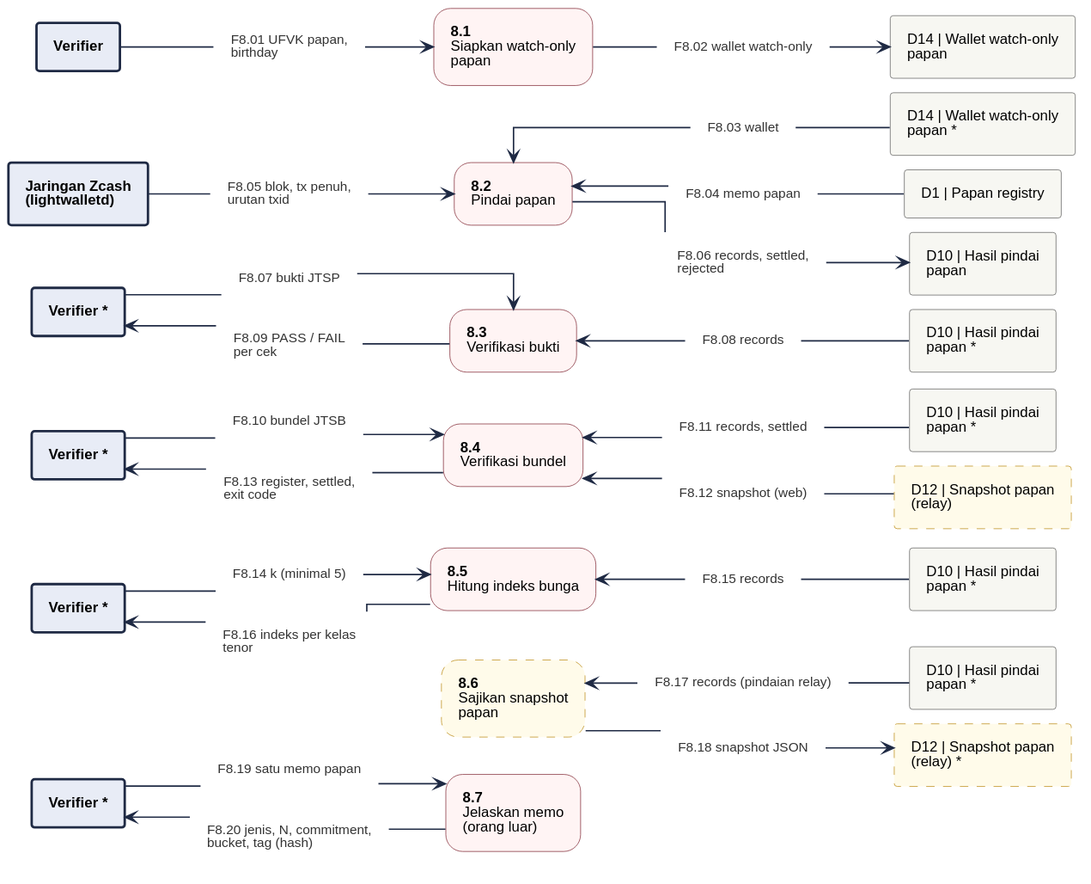
This is 08-FlowDiagrams/assets/dfd-2-8.svg from JitsuinFi/jitsuinfi-vault, a PlantUML export, as it was before one commit.
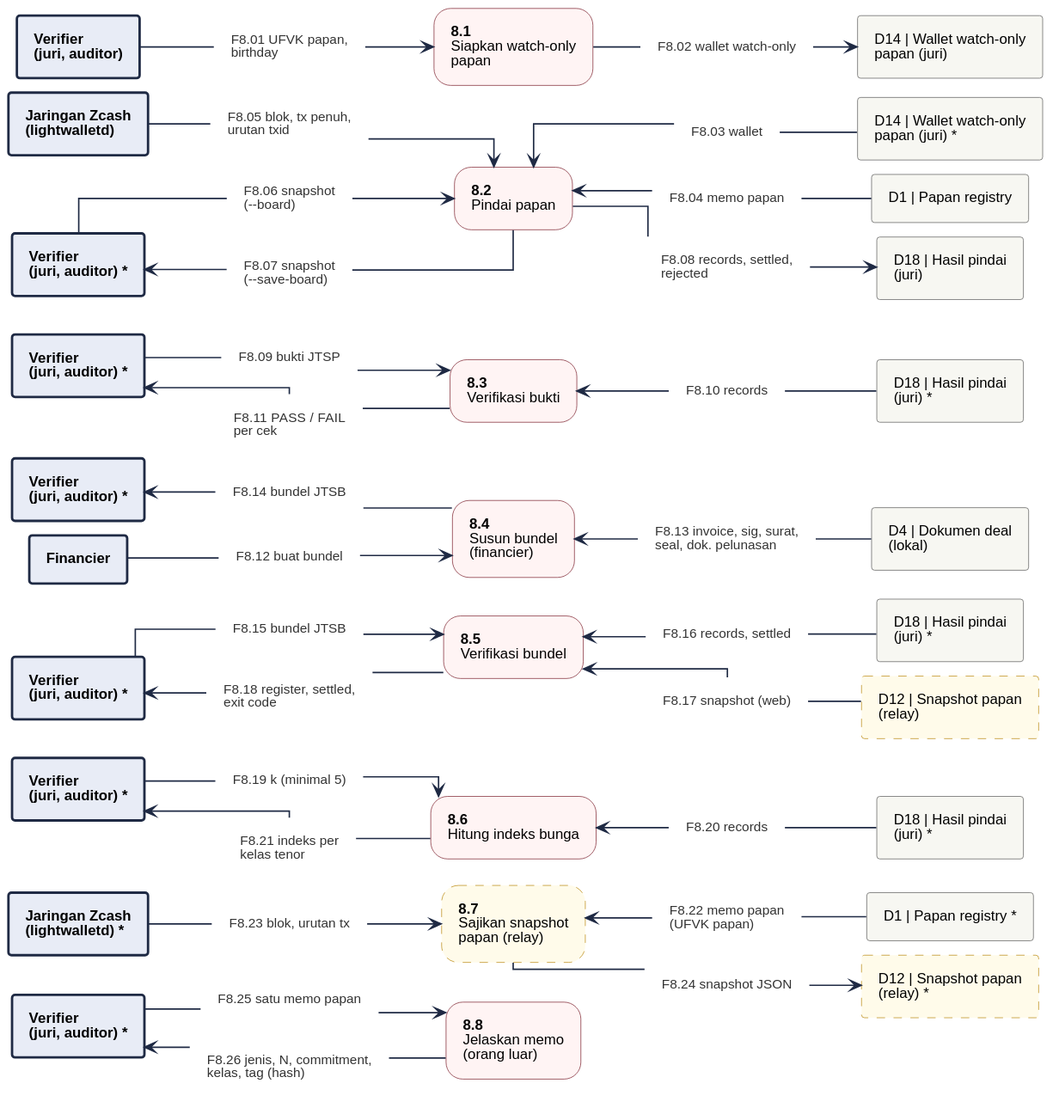
After the commit.

The edit, as a diff of the source:
```diff
@@ -3,26 +3,32 @@
 left to right direction
 skinparam nodesep 12
 skinparam ranksep 35
-rectangle "Verifier *" <<entity>> as V_7
-rectangle "D12 | Snapshot papan\n(relay) *" <<storeproposal>> as D12_6
-rectangle "D10 | Hasil pindai\npapan *" <<store>> as D10_6
-rectangle "D10 | Hasil pindai\npapan *" <<store>> as D10_5
-rectangle "Verifier *" <<entity>> as V_5
-rectangle "D12 | Snapshot papan\n(relay)" <<storeproposal>> as D12_4
-rectangle "D10 | Hasil pindai\npapan *" <<store>> as D10_4
-rectangle "Verifier *" <<entity>> as V_4
-rectangle "D10 | Hasil pindai\npapan *" <<store>> as D10_3
-rectangle "Verifier *" <<entity>> as V_3
-rectangle "D10 | Hasil pindai\npapan" <<store>> as D10_2
+rectangle "Verifier\n(juri, auditor) *" <<entity>> as V_8
+rectangle "D12 | Snapshot papan\n(relay) *" <<storeproposal>> as D12_7
+rectangle "Jaringan Zcash\n(lightwalletd) *" <<entity>> as Z_7
+rectangle "D1 | Papan registry *" <<store>> as D1_7
+rectangle "D18 | Hasil pindai\n(juri) *" <<store>> as D18_6
+rectangle "Verifier\n(juri, auditor) *" <<entity>> as V_6
+rectangle "D12 | Snapshot papan\n(relay)" <<storeproposal>> as D12_5
+rectangle "D18 | Hasil pindai\n(juri) *" <<store>> as D18_5
+rectangle "Verifier\n(juri, auditor) *" <<entity>> as V_5
+rectangle "Verifier\n(juri, auditor) *" <<entity>> as V_4
+rectangle "D4 | Dokumen deal\n(lokal)" <<store>> as D4_4
+rectangle "Financier" <<entity>> as F_4
+rectangle "D18 | Hasil pindai\n(juri) *" <<store>> as D18_3
+rectangle "Verifier\n(juri, auditor) *" <<entity>> as V_3
+rectangle "D18 | Hasil pindai\n(juri)" <<store>> as D18_2
+rectangle "Verifier\n(juri, auditor) *" <<entity>> as V_2
 rectangle "Jaringan Zcash\n(lightwalletd)" <<entity>> as Z_2
 rectangle "D1 | Papan registry" <<store>> as D1_2
-rectangle "D14 | Wallet watch-only\npapan *" <<store>> as D14_2
-rectangle "D14 | Wallet watch-only\npapan" <<store>> as D14_1
-rectangle "Verifier" <<entity>> as V_1
-rectangle "**8.7**\nJelaskan memo\n(orang luar)" <<process>> as P7
-rectangle "**8.6**\nSajikan snapshot\npapan" <<proposal>> as P6
-rectangle "**8.5**\nHitung indeks bunga" <<process>> as P5
-rectangle "**8.4**\nVerifikasi bundel" <<process>> as P4
+rectangle "D14 | Wallet watch-only\npapan (juri) *" <<store>> as D14_2
+rectangle "D14 | Wallet watch-only\npapan (juri)" <<store>> as D14_1
+rectangle "Verifier\n(juri, auditor)" <<entity>> as V_1
+rectangle "**8.8**\nJelaskan memo\n(orang luar)" <<process>> as P8
+rectangle "**8.7**\nSajikan snapshot\npapan (relay)" <<proposal>> as P7
+rectangle "**8.6**\nHitung indeks bunga" <<process>> as P6
+rectangle "**8.5**\nVerifikasi bundel" <<process>> as P5
+rectangle "**8.4**\nSusun bundel\n(financier)" <<process>> as P4
 rectangle "**8.3**\nVerifikasi bukti" <<process>> as P3
 rectangle "**8.2**\nPindai papan" <<process>> as P2
 rectangle "**8.1**\nSiapkan watch-only\npapan" <<process>> as P1
@@ -31,21 +37,27 @@
 rectangle "F8.03 wallet" <<flow>> as f_F8_03
 rectangle "F8.04 memo papan" <<flow>> as f_F8_04
 rectangle "F8.05 blok, tx penuh,\nurutan txid" <<flow>> as f_F8_05
-rectangle "F8.06 records, settled,\nrejected" <<flow>> as f_F8_06
-rectangle "F8.07 bukti JTSP" <<flow>> as f_F8_07
-rectangle "F8.08 records" <<flow>> as f_F8_08
-rectangle "F8.09 PASS / FAIL\nper cek" <<flow>> as f_F8_09
-rectangle "F8.10 bundel JTSB" <<flow>> as f_F8_10
-rectangle "F8.11 records, settled" <<flow>> as f_F8_11
-rectangle "F8.12 snapshot (web)" <<flow>> as f_F8_12
-rectangle "F8.13 register, settled,\nexit code" <<flow>> as f_F8_13
-rectangle "F8.14 k (minimal 5)" <<flow>> as f_F8_14
-rectangle "F8.15 records" <<flow>> as f_F8_15
-rectangle "F8.16 indeks per kelas\ntenor" <<flow>> as f_F8_16
-rectangle "F8.17 records (pindaian relay)" <<flow>> as f_F8_17
-rectangle "F8.18 snapshot JSON" <<flow>> as f_F8_18
-rectangle "F8.19 satu memo papan" <<flow>> as f_F8_19
-rectangle "F8.20 jenis, N, commitment,\nbucket, tag (hash)" <<flow>> as f_F8_20
+rectangle "F8.06 snapshot\n(--board)" <<flow>> as f_F8_06
+rectangle "F8.07 snapshot\n(--save-board)" <<flow>> as f_F8_07
+rectangle "F8.08 records, settled,\nrejected" <<flow>> as f_F8_08
+rectangle "F8.09 bukti JTSP" <<flow>> as f_F8_09
+rectangle "F8.10 records" <<flow>> as f_F8_10
+rectangle "F8.11 PASS / FAIL\nper cek" <<flow>> as f_F8_11
+rectangle "F8.12 buat bundel" <<flow>> as f_F8_12
+rectangle "F8.13 invoice, sig, surat,\nseal, dok. pelunasan" <<flow>> as f_F8_13
+rectangle "F8.14 bundel JTSB" <<flow>> as f_F8_14
+rectangle "F8.15 bundel JTSB" <<flow>> as f_F8_15
+rectangle "F8.16 records, settled" <<flow>> as f_F8_16
+rectangle "F8.17 snapshot (web)" <<flow>> as f_F8_17
+rectangle "F8.18 register, settled,\nexit code" <<flow>> as f_F8_18
+rectangle "F8.19 k (minimal 5)" <<flow>> as f_F8_19
+rectangle "F8.20 records" <<flow>> as f_F8_20
+rectangle "F8.21 indeks per\nkelas tenor" <<flow>> as f_F8_21
+rectangle "F8.22 memo papan\n(UFVK papan)" <<flow>> as f_F8_22
+rectangle "F8.23 blok, urutan tx" <<flow>> as f_F8_23
+rectangle "F8.24 snapshot JSON" <<flow>> as f_F8_24
+rectangle "F8.25 satu memo papan" <<flow>> as f_F8_25
+rectangle "F8.26 jenis, N, commitment,\nkelas, tag (hash)" <<flow>> as f_F8_26
 V_1 -- f_F8_01
 f_F8_01 --> P1
 P1 -- f_F8_02
@@ -56,38 +68,46 @@
 f_F8_04 -- D1_2
 Z_2 -- f_F8_05
 f_F8_05 --> P2
-P2 -- f_F8_06
-f_F8_06 --> D10_2
-V_3 -- f_F8_07
-f_F8_07 --> P3
-P3 <-- f_F8_08
-f_F8_08 -- D10_3
-V_3 <-- f_F8_09
-f_F8_09 -- P3
-V_4 -- f_F8_10
-f_F8_10 --> P4
-P4 <-- f_F8_11
-f_F8_11 -- D10_4
-P4 <-- f_F8_12
-f_F8_12 -- D12_4
-V_4 <-- f_F8_13
-f_F8_13 -- P4
-V_5 -- f_F8_14
-f_F8_14 --> P5
-P5 <-- f_F8_15
-f_F8_15 -- D10_5
-V_5 <-- f_F8_16
-f_F8_16 -- P5
-P6 <-- f_F8_17
-f_F8_17 -- D10_6
-P6 -- f_F8_18
-f_F8_18 --> D12_6
-V_7 -- f_F8_19
-f_F8_19 --> P7
-V_7 <-- f_F8_20
-f_F8_20 -- P7
-rectangle " " <<spacer>> as sp_P6_a
-rectangle " " <<spacer>> as sp_P6_b
-sp_P6_a -[hidden]- sp_P6_b
-sp_P6_b -[hidden]- P6
+V_2 -- f_F8_06
+f_F8_06 --> P2
+V_2 <-- f_F8_07
+f_F8_07 -- P2
+P2 -- f_F8_08
+f_F8_08 --> D18_2
+V_3 -- f_F8_09
+f_F8_09 --> P3
+P3 <-- f_F8_10
+f_F8_10 -- D18_3
+V_3 <-- f_F8_11
+f_F8_11 -- P3
+F_4 -- f_F8_12
+f_F8_12 --> P4
+P4 <-- f_F8_13
+f_F8_13 -- D4_4
+V_4 <-- f_F8_14
+f_F8_14 -- P4
+V_5 -- f_F8_15
+f_F8_15 --> P5
+P5 <-- f_F8_16
+f_F8_16 -- D18_5
+P5 <-- f_F8_17
+f_F8_17 -- D12_5
+V_5 <-- f_F8_18
+f_F8_18 -- P5
+V_6 -- f_F8_19
+f_F8_19 --> P6
+P6 <-- f_F8_20
+f_F8_20 -- D18_6
+V_6 <-- f_F8_21
+f_F8_21 -- P6
+P7 <-- f_F8_22
+f_F8_22 -- D1_7
+Z_7 -- f_F8_23
+f_F8_23 --> P7
+P7 -- f_F8_24
+f_F8_24 --> D12_7
+V_8 -- f_F8_25
+f_F8_25 --> P8
+V_8 <-- f_F8_26
+f_F8_26 -- P8
 @enduml
```
